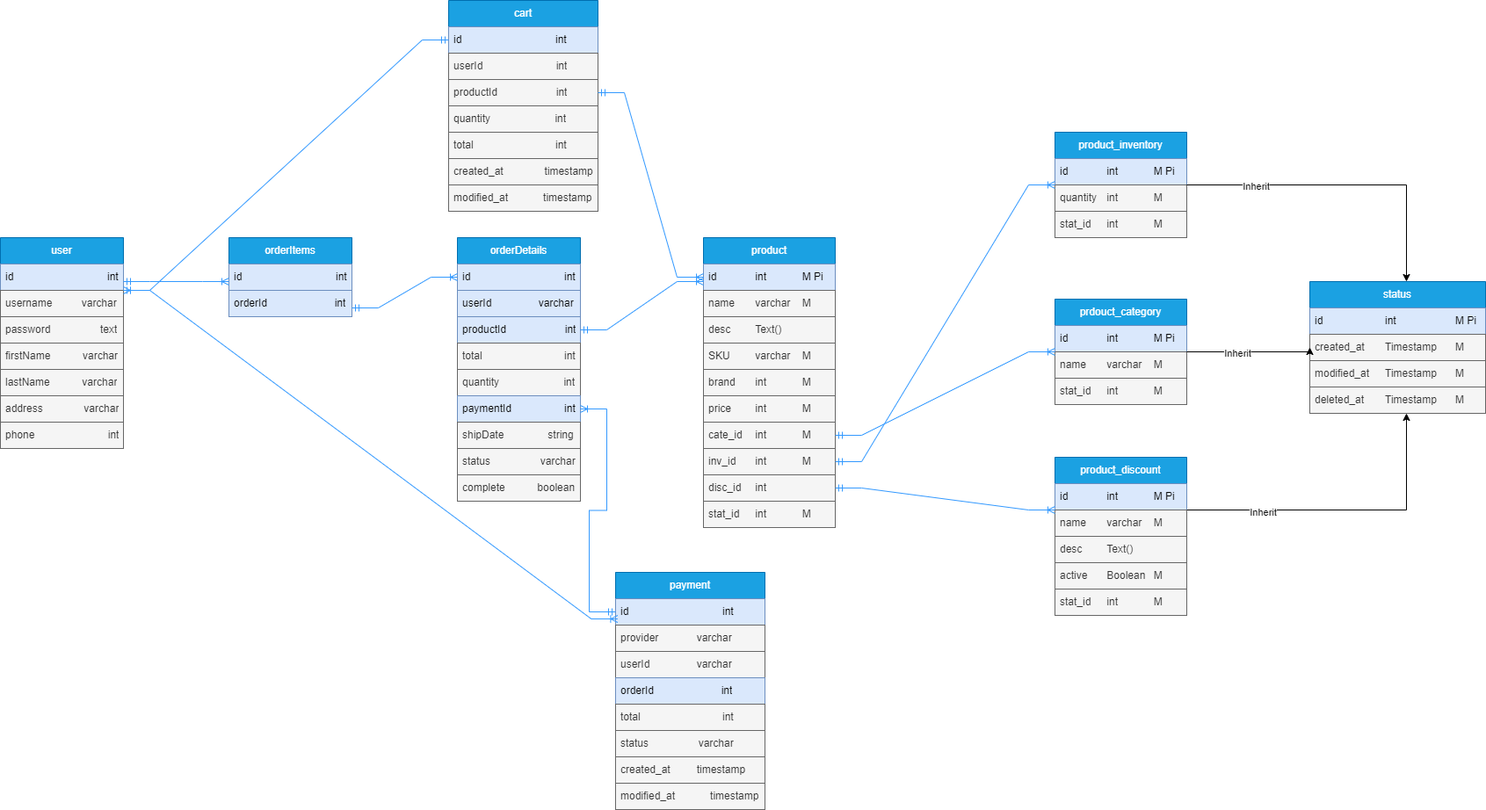
Before: ecommerce.png, a diagram exported from draw.io (sharifmajumdar/fs14-ecommerce-erd). Source tidied: cells renumbered, new cells last; positions are measured from the earlier drawing's top-left corner, leaving out a move shared by most shapes.
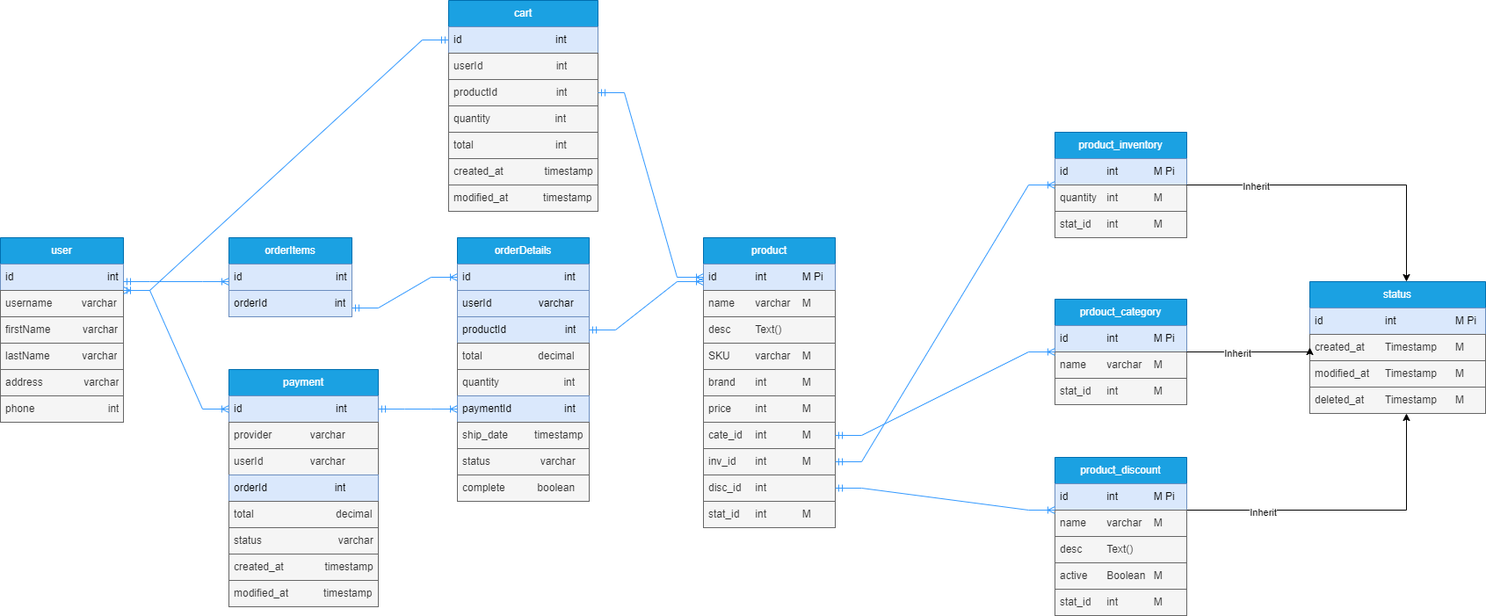
After the commit.

What changed in the source:
```diff
@@ -18,37 +18,37 @@
       <mxGeometry y="60" width="140" height="30" as="geometry" />
     </mxCell>
     <mxCell id="6" value="orderDetails" style="swimlane;fontStyle=0;horizontal=1;startSize=30;whiteSpace=wrap;html=1;fillColor=#1ba1e2;strokeColor=#006EAF;fontColor=#ffffff;" parent="1" vertex="1">
-      <mxGeometry x="520" y="270" width="140" height="300" as="geometry" />
+      <mxGeometry x="520" y="270" width="150" height="300" as="geometry" />
     </mxCell>
     <mxCell id="7" value="id&amp;nbsp; &amp;nbsp; &amp;nbsp; &amp;nbsp; &amp;nbsp; &amp;nbsp; &amp;nbsp; &amp;nbsp; &amp;nbsp; &amp;nbsp; &amp;nbsp; &amp;nbsp; &amp;nbsp; &amp;nbsp; &amp;nbsp; &amp;nbsp; int" style="text;strokeColor=#6c8ebf;fillColor=#dae8fc;align=left;verticalAlign=middle;spacingLeft=4;spacingRight=4;overflow=hidden;points=[[0,0.5],[1,0.5]];portConstraint=eastwest;whiteSpace=wrap;html=1;" parent="6" vertex="1">
-      <mxGeometry y="30" width="140" height="30" as="geometry" />
+      <mxGeometry y="30" width="150" height="30" as="geometry" />
     </mxCell>
     <mxCell id="8" value="userId&amp;nbsp; &amp;nbsp; &amp;nbsp; &amp;nbsp; &amp;nbsp; &amp;nbsp; &amp;nbsp; &amp;nbsp; varchar" style="text;strokeColor=#6c8ebf;fillColor=#dae8fc;align=left;verticalAlign=middle;spacingLeft=4;spacingRight=4;overflow=hidden;whiteSpace=wrap;html=1;" parent="6" vertex="1">
-      <mxGeometry y="60" width="140" height="30" as="geometry" />
+      <mxGeometry y="60" width="150" height="30" as="geometry" />
     </mxCell>
     <mxCell id="9" value="productId&amp;nbsp; &amp;nbsp; &amp;nbsp; &amp;nbsp; &amp;nbsp; &amp;nbsp; &amp;nbsp; &amp;nbsp; &amp;nbsp; &amp;nbsp; int" style="text;strokeColor=#6c8ebf;fillColor=#dae8fc;align=left;verticalAlign=middle;spacingLeft=4;spacingRight=4;overflow=hidden;points=[[0,0.5],[1,0.5]];portConstraint=eastwest;whiteSpace=wrap;html=1;" parent="6" vertex="1">
-      <mxGeometry y="90" width="140" height="30" as="geometry" />
+      <mxGeometry y="90" width="150" height="30" as="geometry" />
     </mxCell>
-    <mxCell id="10" value="total&amp;nbsp; &amp;nbsp; &amp;nbsp; &amp;nbsp; &amp;nbsp; &amp;nbsp; &amp;nbsp; &amp;nbsp; &amp;nbsp; &amp;nbsp; &amp;nbsp; &amp;nbsp; &amp;nbsp; &amp;nbsp; int" style="text;strokeColor=#666666;fillColor=#f5f5f5;align=left;verticalAlign=middle;spacingLeft=4;spacingRight=4;overflow=hidden;whiteSpace=wrap;html=1;fontColor=#333333;" parent="6" vertex="1">
-      <mxGeometry y="120" width="140" height="30" as="geometry" />
+    <mxCell id="10" value="total&amp;nbsp; &amp;nbsp; &amp;nbsp; &amp;nbsp; &amp;nbsp; &amp;nbsp; &amp;nbsp; &amp;nbsp; &amp;nbsp; &amp;nbsp;decimal" style="text;strokeColor=#666666;fillColor=#f5f5f5;align=left;verticalAlign=middle;spacingLeft=4;spacingRight=4;overflow=hidden;whiteSpace=wrap;html=1;fontColor=#333333;" parent="6" vertex="1">
+      <mxGeometry y="120" width="150" height="30" as="geometry" />
     </mxCell>
     <mxCell id="11" value="quantity&amp;nbsp; &amp;nbsp; &amp;nbsp; &amp;nbsp; &amp;nbsp; &amp;nbsp; &amp;nbsp; &amp;nbsp; &amp;nbsp; &amp;nbsp; &amp;nbsp; int" style="text;strokeColor=#666666;fillColor=#f5f5f5;align=left;verticalAlign=middle;spacingLeft=4;spacingRight=4;overflow=hidden;whiteSpace=wrap;html=1;fontColor=#333333;" parent="6" vertex="1">
-      <mxGeometry y="150" width="140" height="30" as="geometry" />
+      <mxGeometry y="150" width="150" height="30" as="geometry" />
     </mxCell>
     <mxCell id="12" value="paymentId&amp;nbsp; &amp;nbsp; &amp;nbsp; &amp;nbsp; &amp;nbsp; &amp;nbsp; &amp;nbsp; &amp;nbsp; &amp;nbsp; int" style="text;strokeColor=#6c8ebf;fillColor=#dae8fc;align=left;verticalAlign=middle;spacingLeft=4;spacingRight=4;overflow=hidden;points=[[0,0.5],[1,0.5]];portConstraint=eastwest;whiteSpace=wrap;html=1;" parent="6" vertex="1">
-      <mxGeometry y="180" width="140" height="30" as="geometry" />
+      <mxGeometry y="180" width="150" height="30" as="geometry" />
     </mxCell>
-    <mxCell id="13" value="shipDate&amp;nbsp; &amp;nbsp; &amp;nbsp; &amp;nbsp; &amp;nbsp; &amp;nbsp; &amp;nbsp; &amp;nbsp;string" style="text;strokeColor=#666666;fillColor=#f5f5f5;align=left;verticalAlign=middle;spacingLeft=4;spacingRight=4;overflow=hidden;whiteSpace=wrap;html=1;fontColor=#333333;" parent="6" vertex="1">
-      <mxGeometry y="210" width="140" height="30" as="geometry" />
+    <mxCell id="13" value="ship_date&amp;nbsp; &amp;nbsp; &amp;nbsp; &amp;nbsp; &amp;nbsp;timestamp" style="text;strokeColor=#666666;fillColor=#f5f5f5;align=left;verticalAlign=middle;spacingLeft=4;spacingRight=4;overflow=hidden;whiteSpace=wrap;html=1;fontColor=#333333;" parent="6" vertex="1">
+      <mxGeometry y="210" width="150" height="30" as="geometry" />
     </mxCell>
     <mxCell id="14" value="status&amp;nbsp; &amp;nbsp; &amp;nbsp; &amp;nbsp; &amp;nbsp; &amp;nbsp; &amp;nbsp; &amp;nbsp; &amp;nbsp;varchar" style="text;strokeColor=#666666;fillColor=#f5f5f5;align=left;verticalAlign=middle;spacingLeft=4;spacingRight=4;overflow=hidden;whiteSpace=wrap;html=1;fontColor=#333333;" parent="6" vertex="1">
-      <mxGeometry y="240" width="140" height="30" as="geometry" />
+      <mxGeometry y="240" width="150" height="30" as="geometry" />
     </mxCell>
     <mxCell id="15" value="complete&amp;nbsp; &amp;nbsp; &amp;nbsp; &amp;nbsp; &amp;nbsp; &amp;nbsp;boolean" style="text;strokeColor=#666666;fillColor=#f5f5f5;align=left;verticalAlign=middle;spacingLeft=4;spacingRight=4;overflow=hidden;whiteSpace=wrap;html=1;fontColor=#333333;" parent="6" vertex="1">
-      <mxGeometry y="270" width="140" height="30" as="geometry" />
+      <mxGeometry y="270" width="150" height="30" as="geometry" />
     </mxCell>
     <mxCell id="16" value="user" style="swimlane;fontStyle=0;horizontal=1;startSize=30;whiteSpace=wrap;html=1;fillColor=#1ba1e2;strokeColor=#006EAF;fontColor=#ffffff;" parent="1" vertex="1">
-      <mxGeometry y="270" width="140" height="240" as="geometry" />
+      <mxGeometry y="270" width="140" height="210" as="geometry" />
     </mxCell>
     <mxCell id="17" value="id&amp;nbsp; &amp;nbsp; &amp;nbsp; &amp;nbsp; &amp;nbsp; &amp;nbsp; &amp;nbsp; &amp;nbsp; &amp;nbsp; &amp;nbsp; &amp;nbsp; &amp;nbsp; &amp;nbsp; &amp;nbsp; &amp;nbsp; &amp;nbsp; int" style="text;strokeColor=#6c8ebf;fillColor=#dae8fc;align=left;verticalAlign=middle;spacingLeft=4;spacingRight=4;overflow=hidden;points=[[0,0.5],[1,0.5]];portConstraint=eastwest;whiteSpace=wrap;html=1;" parent="16" vertex="1">
       <mxGeometry y="30" width="140" height="30" as="geometry" />
@@ -56,20 +56,17 @@
     <mxCell id="18" value="username&amp;nbsp; &amp;nbsp; &amp;nbsp; &amp;nbsp; &amp;nbsp; varchar" style="text;strokeColor=#666666;fillColor=#f5f5f5;align=left;verticalAlign=middle;spacingLeft=4;spacingRight=4;overflow=hidden;whiteSpace=wrap;html=1;fontColor=#333333;" parent="16" vertex="1">
       <mxGeometry y="60" width="140" height="30" as="geometry" />
     </mxCell>
-    <mxCell id="19" value="password&amp;nbsp; &amp;nbsp; &amp;nbsp; &amp;nbsp; &amp;nbsp; &amp;nbsp; &amp;nbsp; &amp;nbsp; &amp;nbsp;text" style="text;strokeColor=#666666;fillColor=#f5f5f5;align=left;verticalAlign=middle;spacingLeft=4;spacingRight=4;overflow=hidden;whiteSpace=wrap;html=1;fontColor=#333333;" parent="16" vertex="1">
-      <mxGeometry y="90" width="140" height="30" as="geometry" />
-    </mxCell>
     <mxCell id="20" value="firstName&amp;nbsp; &amp;nbsp; &amp;nbsp; &amp;nbsp; &amp;nbsp; &amp;nbsp;varchar" style="text;strokeColor=#666666;fillColor=#f5f5f5;align=left;verticalAlign=middle;spacingLeft=4;spacingRight=4;overflow=hidden;whiteSpace=wrap;html=1;fontColor=#333333;" parent="16" vertex="1">
-      <mxGeometry y="120" width="140" height="30" as="geometry" />
+      <mxGeometry y="90" width="140" height="30" as="geometry" />
     </mxCell>
     <mxCell id="21" value="lastName&amp;nbsp; &amp;nbsp; &amp;nbsp; &amp;nbsp; &amp;nbsp; &amp;nbsp;varchar" style="text;strokeColor=#666666;fillColor=#f5f5f5;align=left;verticalAlign=middle;spacingLeft=4;spacingRight=4;overflow=hidden;whiteSpace=wrap;html=1;fontColor=#333333;" parent="16" vertex="1">
-      <mxGeometry y="150" width="140" height="30" as="geometry" />
+      <mxGeometry y="120" width="140" height="30" as="geometry" />
     </mxCell>
     <mxCell id="22" value="address&amp;nbsp; &amp;nbsp; &amp;nbsp; &amp;nbsp; &amp;nbsp; &amp;nbsp; &amp;nbsp; varchar" style="text;strokeColor=#666666;fillColor=#f5f5f5;align=left;verticalAlign=middle;spacingLeft=4;spacingRight=4;overflow=hidden;whiteSpace=wrap;html=1;fontColor=#333333;" parent="16" vertex="1">
-      <mxGeometry y="180" width="140" height="30" as="geometry" />
+      <mxGeometry y="150" width="140" height="30" as="geometry" />
     </mxCell>
     <mxCell id="23" value="phone&amp;nbsp; &amp;nbsp; &amp;nbsp; &amp;nbsp; &amp;nbsp; &amp;nbsp; &amp;nbsp; &amp;nbsp; &amp;nbsp; &amp;nbsp; &amp;nbsp; &amp;nbsp; &amp;nbsp;int" style="text;strokeColor=#666666;fillColor=#f5f5f5;align=left;verticalAlign=middle;spacingLeft=4;spacingRight=4;overflow=hidden;whiteSpace=wrap;html=1;fontColor=#333333;" parent="16" vertex="1">
-      <mxGeometry y="210" width="140" height="30" as="geometry" />
+      <mxGeometry y="180" width="140" height="30" as="geometry" />
     </mxCell>
     <mxCell id="24" style="group;" parent="1" vertex="1">
       <mxGeometry x="800" y="270" width="150" height="330" as="geometry" />
@@ -223,7 +220,7 @@
       </mxGeometry>
     </mxCell>
     <mxCell id="68" value="payment" style="swimlane;fontStyle=0;horizontal=1;startSize=30;whiteSpace=wrap;html=1;fillColor=#1ba1e2;strokeColor=#006EAF;fontColor=#ffffff;" parent="1" vertex="1">
-      <mxGeometry x="700" y="651" width="170" height="270" as="geometry" />
+      <mxGeometry x="260" y="420" width="170" height="270" as="geometry" />
     </mxCell>
     <mxCell id="69" value="id&amp;nbsp; &amp;nbsp; &amp;nbsp; &amp;nbsp; &amp;nbsp; &amp;nbsp; &amp;nbsp; &amp;nbsp; &amp;nbsp; &amp;nbsp; &amp;nbsp; &amp;nbsp; &amp;nbsp; &amp;nbsp; &amp;nbsp; &amp;nbsp; int" style="text;strokeColor=#6c8ebf;fillColor=#dae8fc;align=left;verticalAlign=middle;spacingLeft=4;spacingRight=4;overflow=hidden;points=[[0,0.5],[1,0.5]];portConstraint=eastwest;whiteSpace=wrap;html=1;" parent="68" vertex="1">
       <mxGeometry y="30" width="170" height="30" as="geometry" />
@@ -237,19 +234,19 @@
     <mxCell id="72" value="orderId&amp;nbsp; &amp;nbsp; &amp;nbsp; &amp;nbsp; &amp;nbsp; &amp;nbsp; &amp;nbsp; &amp;nbsp; &amp;nbsp; &amp;nbsp; &amp;nbsp; &amp;nbsp;int" style="text;strokeColor=#6c8ebf;fillColor=#dae8fc;align=left;verticalAlign=middle;spacingLeft=4;spacingRight=4;overflow=hidden;whiteSpace=wrap;html=1;" parent="68" vertex="1">
       <mxGeometry y="120" width="170" height="30" as="geometry" />
     </mxCell>
-    <mxCell id="73" value="total&amp;nbsp; &amp;nbsp; &amp;nbsp; &amp;nbsp; &amp;nbsp; &amp;nbsp; &amp;nbsp; &amp;nbsp; &amp;nbsp; &amp;nbsp; &amp;nbsp; &amp;nbsp; &amp;nbsp; &amp;nbsp; int" style="text;strokeColor=#666666;fillColor=#f5f5f5;align=left;verticalAlign=middle;spacingLeft=4;spacingRight=4;overflow=hidden;whiteSpace=wrap;html=1;fontColor=#333333;" parent="68" vertex="1">
+    <mxCell id="73" value="total&amp;nbsp; &amp;nbsp; &amp;nbsp; &amp;nbsp; &amp;nbsp; &amp;nbsp; &amp;nbsp; &amp;nbsp; &amp;nbsp; &amp;nbsp; &amp;nbsp; &amp;nbsp; &amp;nbsp; &amp;nbsp; decimal" style="text;strokeColor=#666666;fillColor=#f5f5f5;align=left;verticalAlign=middle;spacingLeft=4;spacingRight=4;overflow=hidden;whiteSpace=wrap;html=1;fontColor=#333333;" parent="68" vertex="1">
       <mxGeometry y="150" width="170" height="30" as="geometry" />
     </mxCell>
-    <mxCell id="74" value="status&amp;nbsp; &amp;nbsp; &amp;nbsp; &amp;nbsp; &amp;nbsp; &amp;nbsp; &amp;nbsp; &amp;nbsp; &amp;nbsp;varchar" style="text;strokeColor=#666666;fillColor=#f5f5f5;align=left;verticalAlign=middle;spacingLeft=4;spacingRight=4;overflow=hidden;whiteSpace=wrap;html=1;fontColor=#333333;" parent="68" vertex="1">
+    <mxCell id="74" value="status&amp;nbsp; &amp;nbsp; &amp;nbsp; &amp;nbsp; &amp;nbsp; &amp;nbsp; &amp;nbsp; &amp;nbsp; &amp;nbsp; &amp;nbsp; &amp;nbsp; &amp;nbsp; &amp;nbsp; varchar" style="text;strokeColor=#666666;fillColor=#f5f5f5;align=left;verticalAlign=middle;spacingLeft=4;spacingRight=4;overflow=hidden;whiteSpace=wrap;html=1;fontColor=#333333;" parent="68" vertex="1">
       <mxGeometry y="180" width="170" height="30" as="geometry" />
     </mxCell>
-    <mxCell id="75" value="created_at&amp;nbsp; &amp;nbsp; &amp;nbsp; &amp;nbsp; &amp;nbsp;timestamp" style="text;strokeColor=#666666;fillColor=#f5f5f5;align=left;verticalAlign=middle;spacingLeft=4;spacingRight=4;overflow=hidden;whiteSpace=wrap;html=1;fontColor=#333333;" parent="68" vertex="1">
+    <mxCell id="75" value="created_at&amp;nbsp; &amp;nbsp; &amp;nbsp; &amp;nbsp; &amp;nbsp; &amp;nbsp; &amp;nbsp; timestamp" style="text;strokeColor=#666666;fillColor=#f5f5f5;align=left;verticalAlign=middle;spacingLeft=4;spacingRight=4;overflow=hidden;whiteSpace=wrap;html=1;fontColor=#333333;" parent="68" vertex="1">
       <mxGeometry y="210" width="170" height="30" as="geometry" />
     </mxCell>
     <mxCell id="76" value="modified_at&amp;nbsp; &amp;nbsp; &amp;nbsp; &amp;nbsp; &amp;nbsp; &amp;nbsp; timestamp" style="text;strokeColor=#666666;fillColor=#f5f5f5;align=left;verticalAlign=middle;spacingLeft=4;spacingRight=4;overflow=hidden;whiteSpace=wrap;html=1;fontColor=#333333;" parent="68" vertex="1">
       <mxGeometry y="240" width="170" height="30" as="geometry" />
     </mxCell>
-    <mxCell id="77" style="edgeStyle=entityRelationEdgeStyle;fontSize=12;html=1;endArrow=ERoneToMany;startArrow=ERmandOne;rounded=0;entryX=1;entryY=0.5;entryDx=0;entryDy=0;strokeColor=#3399FF;exitX=0;exitY=0.5;exitDx=0;exitDy=0;" parent="1" edge="1" source="69" target="12">
+    <mxCell id="77" style="edgeStyle=entityRelationEdgeStyle;fontSize=12;html=1;endArrow=ERoneToMany;startArrow=ERmandOne;rounded=0;entryX=0;entryY=0.5;entryDx=0;entryDy=0;strokeColor=#3399FF;exitX=1;exitY=0.5;exitDx=0;exitDy=0;" parent="1" edge="1" source="69" target="12">
       <mxGeometry relative="1" as="geometry" />
     </mxCell>
     <mxCell id="78" value="cart" style="swimlane;fontStyle=0;horizontal=1;startSize=30;whiteSpace=wrap;html=1;fillColor=#1ba1e2;strokeColor=#006EAF;fontColor=#ffffff;" parent="1" vertex="1">
@@ -276,7 +273,7 @@
     <mxCell id="85" value="modified_at&amp;nbsp; &amp;nbsp; &amp;nbsp; &amp;nbsp; &amp;nbsp; &amp;nbsp; timestamp" style="text;strokeColor=#666666;fillColor=#f5f5f5;align=left;verticalAlign=middle;spacingLeft=4;spacingRight=4;overflow=hidden;whiteSpace=wrap;html=1;fontColor=#333333;" parent="78" vertex="1">
       <mxGeometry y="210" width="170" height="30" as="geometry" />
     </mxCell>
-    <mxCell id="86" style="edgeStyle=entityRelationEdgeStyle;fontSize=12;html=1;endArrow=ERoneToMany;startArrow=ERmandOne;rounded=0;exitX=1;exitY=1;exitDx=0;exitDy=0;exitPerimeter=0;entryX=0.014;entryY=0.767;entryDx=0;entryDy=0;entryPerimeter=0;strokeColor=#3399FF;" parent="1" edge="1" source="17" target="69">
+    <mxCell id="86" style="edgeStyle=entityRelationEdgeStyle;fontSize=12;html=1;endArrow=ERoneToMany;startArrow=ERmandOne;rounded=0;exitX=1;exitY=1;exitDx=0;exitDy=0;exitPerimeter=0;entryX=0;entryY=0.5;entryDx=0;entryDy=0;strokeColor=#3399FF;" parent="1" edge="1" source="17" target="69">
       <mxGeometry relative="1" as="geometry" />
     </mxCell>
     <mxCell id="87" style="edgeStyle=entityRelationEdgeStyle;fontSize=12;html=1;endArrow=ERoneToMany;startArrow=ERmandOne;rounded=0;entryX=1;entryY=1;entryDx=0;entryDy=0;entryPerimeter=0;exitX=0;exitY=0.5;exitDx=0;exitDy=0;strokeColor=#3399FF;" parent="1" edge="1" source="79" target="17">
```
